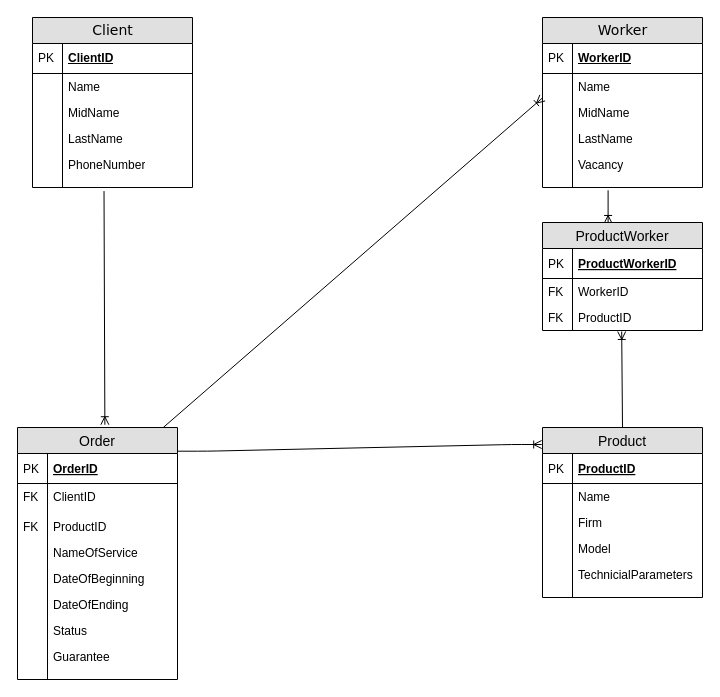
duxa2089/entity-relationship-model keeps this draw.io diagram as Development of a software application.drawio. Above is the earlier version. Source tidied: cells renumbered, new cells numbered last; positions are measured from the earlier drawing's top-left corner, leaving out a move shared by most shapes. Both pictures are drawn from the tidied source at 100%, with x=0, y=0 at pixel (17, 17).
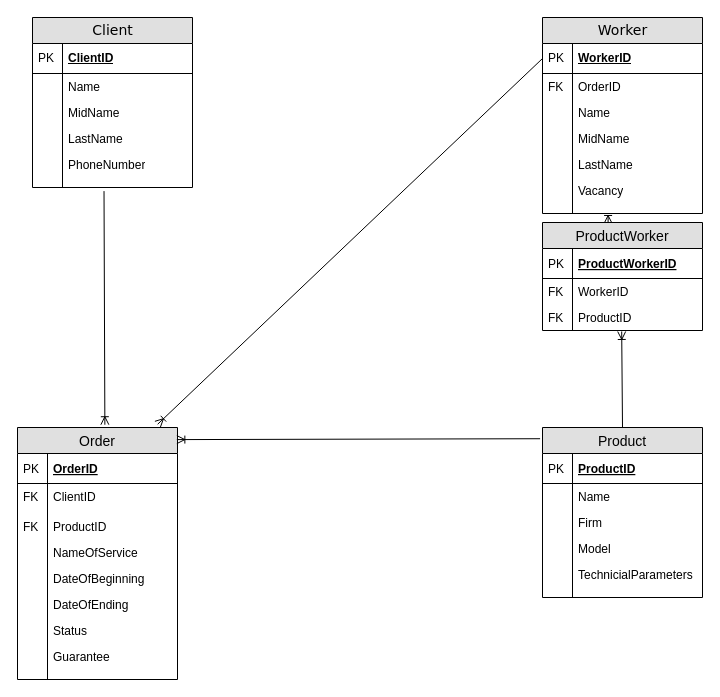
The same diagram, later.

Unchanged cells that the change refers to:
```xml
<mxCell id="16" value="WorkerID" style="shape=partialRectangle;top=0;left=0;right=0;bottom=1;html=1;align=left;verticalAlign=middle;fillColor=none;spacingLeft=34;spacingRight=4;whiteSpace=wrap;overflow=hidden;points=[[0,0.5],[1,0.5]];portConstraint=eastwest;fontStyle=5;" parent="15" vertex="1">
  <mxGeometry y="26" width="160" height="30" as="geometry" />
</mxCell>
<mxCell id="28" value="Order" style="swimlane;fontStyle=0;horizontal=1;startSize=26;fillColor=#e0e0e0;swimlaneFillColor=#ffffff;align=center;fontSize=14;" parent="1" vertex="1">
  <mxGeometry y="410" width="160" height="252" as="geometry" />
</mxCell>
<mxCell id="47" value="Product" style="swimlane;fontStyle=0;horizontal=1;startSize=26;fillColor=#e0e0e0;swimlaneFillColor=#ffffff;align=center;fontSize=14;" parent="1" vertex="1">
  <mxGeometry x="525" y="410" width="160" height="170" as="geometry" />
</mxCell>
```

What changed in the source:
```diff
@@
     <mxCell id="15" value="Worker" style="swimlane;html=1;fontStyle=0;horizontal=1;startSize=26;fillColor=#e0e0e0;swimlaneFillColor=#ffffff;align=center;rounded=0;shadow=0;comic=0;labelBackgroundColor=none;strokeColor=#000000;strokeWidth=1;fontFamily=Verdana;fontSize=14;fontColor=#000000;" parent="1" vertex="1">
-      <mxGeometry x="525" width="160" height="170" as="geometry" />
+      <mxGeometry x="525" width="160" height="196" as="geometry" />
     </mxCell>
@@
+    <mxCell id="72" value="OrderID" style="shape=partialRectangle;top=0;left=0;right=0;bottom=0;align=left;verticalAlign=top;fillColor=none;spacingLeft=34;spacingRight=4;overflow=hidden;fontSize=12;" parent="15" vertex="1">
+      <mxGeometry y="56" width="160" height="26" as="geometry" />
+    </mxCell>
+    <mxCell id="73" value="FK" style="shape=partialRectangle;top=0;left=0;bottom=0;fillColor=none;align=left;verticalAlign=top;spacingLeft=4;spacingRight=4;overflow=hidden;fontSize=12;" parent="72" vertex="1">
+      <mxGeometry width="30" height="26" as="geometry" />
+    </mxCell>
     <mxCell id="18" value="Name" style="shape=partialRectangle;top=0;left=0;right=0;bottom=0;html=1;align=left;verticalAlign=top;fillColor=none;spacingLeft=34;spacingRight=4;whiteSpace=wrap;overflow=hidden;" parent="15" vertex="1">
-      <mxGeometry y="56" width="160" height="26" as="geometry" />
+      <mxGeometry y="82" width="160" height="26" as="geometry" />
     </mxCell>
@@
     <mxCell id="20" value="MidName" style="shape=partialRectangle;top=0;left=0;right=0;bottom=0;html=1;align=left;verticalAlign=top;fillColor=none;spacingLeft=34;spacingRight=4;whiteSpace=wrap;overflow=hidden;points=[[0,0.5],[1,0.5]];portConstraint=eastwest;" parent="15" vertex="1">
-      <mxGeometry y="82" width="160" height="26" as="geometry" />
+      <mxGeometry y="108" width="160" height="26" as="geometry" />
     </mxCell>
@@
     <mxCell id="22" value="LastName" style="shape=partialRectangle;top=0;left=0;right=0;bottom=0;html=1;align=left;verticalAlign=top;fillColor=none;spacingLeft=34;spacingRight=4;whiteSpace=wrap;overflow=hidden;" parent="15" vertex="1">
-      <mxGeometry y="108" width="160" height="26" as="geometry" />
+      <mxGeometry y="134" width="160" height="26" as="geometry" />
     </mxCell>
@@
     <mxCell id="24" value="Vacancy" style="shape=partialRectangle;top=0;left=0;right=0;bottom=0;html=1;align=left;verticalAlign=top;fillColor=none;spacingLeft=34;spacingRight=4;whiteSpace=wrap;overflow=hidden;" parent="15" vertex="1">
-      <mxGeometry y="134" width="160" height="26" as="geometry" />
+      <mxGeometry y="160" width="160" height="26" as="geometry" />
     </mxCell>
@@
     <mxCell id="26" style="shape=partialRectangle;top=0;left=0;right=0;bottom=0;html=1;align=left;verticalAlign=top;fillColor=none;spacingLeft=34;spacingRight=4;whiteSpace=wrap;overflow=hidden;points=[[0,0.5],[1,0.5]];portConstraint=eastwest;" parent="15" vertex="1">
-      <mxGeometry y="160" width="160" height="10" as="geometry" />
+      <mxGeometry y="186" width="160" height="10" as="geometry" />
     </mxCell>
@@
-    <mxCell id="69" style="edgeStyle=entityRelationEdgeStyle;fontSize=12;html=1;endArrow=ERoneToMany;exitX=1.001;exitY=0.094;exitDx=0;exitDy=0;exitPerimeter=0;entryX=-0.005;entryY=0.1;entryDx=0;entryDy=0;entryPerimeter=0;" parent="1" edge="1" source="28" target="47">
+    <mxCell id="69" style="fontSize=12;html=1;endArrow=ERoneToMany;entryX=0.996;entryY=0.048;entryDx=0;entryDy=0;entryPerimeter=0;exitX=-0.015;exitY=0.066;exitDx=0;exitDy=0;exitPerimeter=0;" parent="1" edge="1" source="47" target="28">
       <mxGeometry relative="1" as="geometry" />
     </mxCell>
@@
-    <mxCell id="71" style="fontSize=12;html=1;endArrow=ERoneToMany;exitX=0.911;exitY=0;exitDx=0;exitDy=0;exitPerimeter=0;entryX=0;entryY=-0.062;entryDx=0;entryDy=0;entryPerimeter=0;" parent="1" edge="1" source="28" target="20">
+    <mxCell id="71" style="fontSize=12;html=1;endArrow=ERoneToMany;entryX=0.876;entryY=-0.013;entryDx=0;entryDy=0;entryPerimeter=0;exitX=0;exitY=0.5;exitDx=0;exitDy=0;" parent="1" edge="1" source="16" target="28">
       <mxGeometry relative="1" as="geometry" />
     </mxCell>
```
